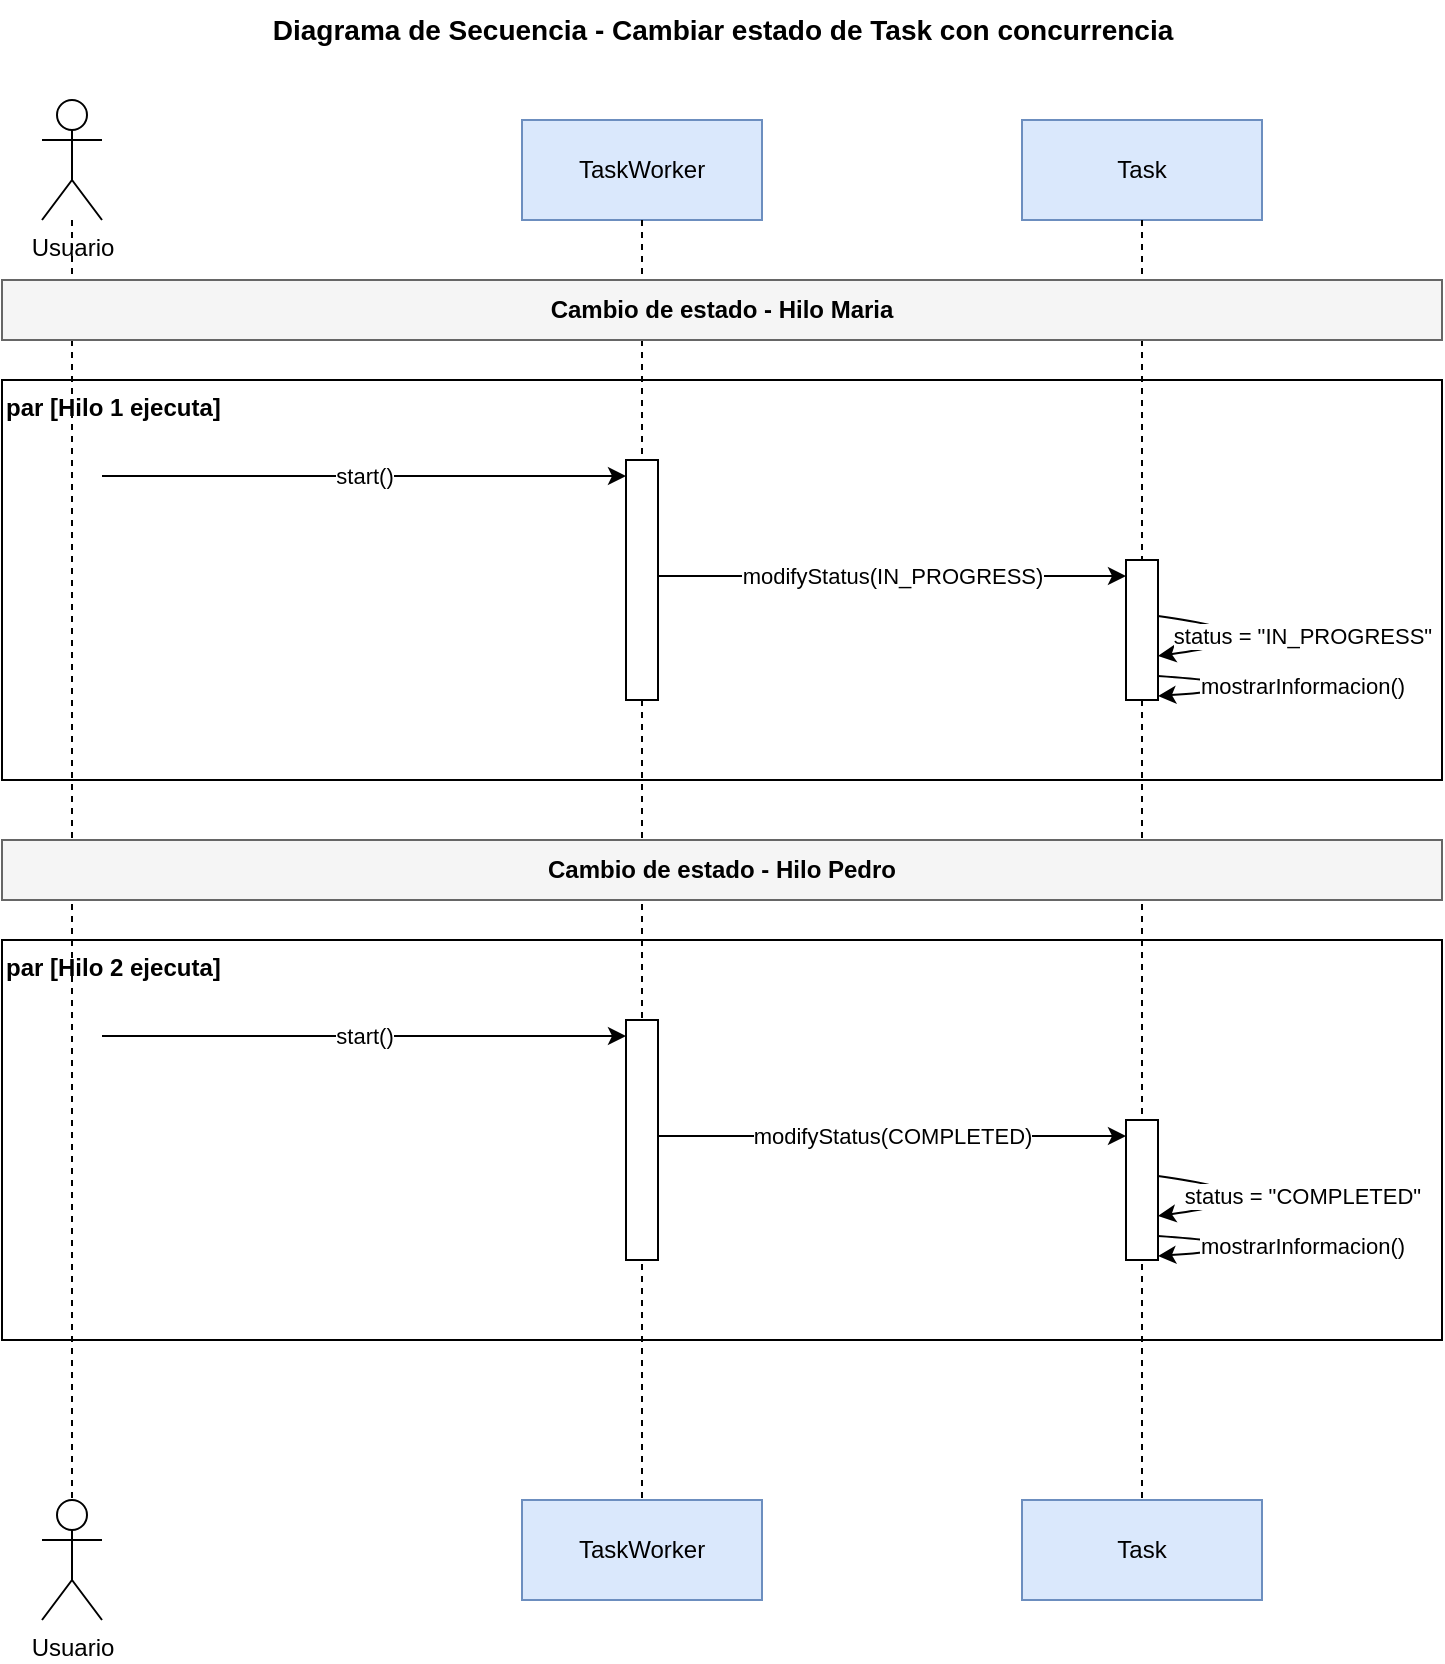
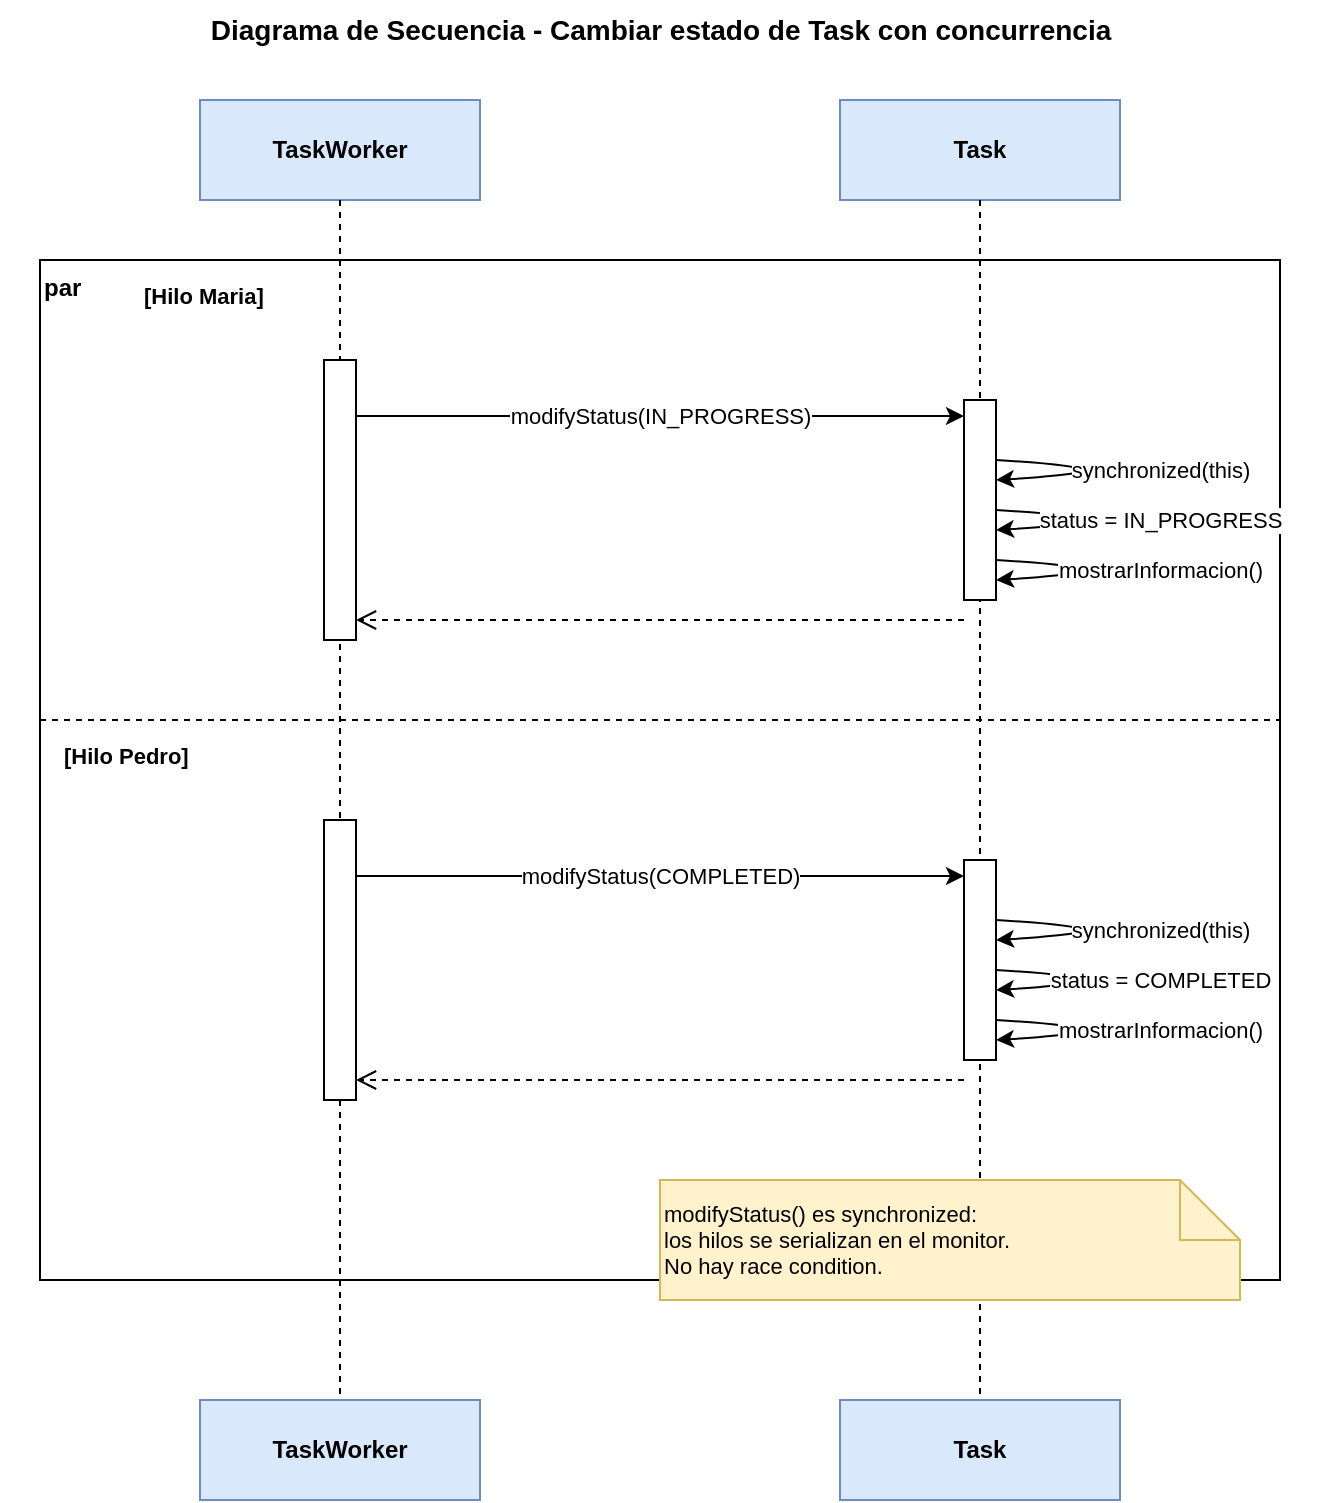
<mxfile host="app.diagrams.net" modified="2026-05-19T00:00:00.000Z" version="22.0.0">
  <diagram name="Secuencia" id="secuencia-1">
-     <mxGraphModel dx="900" dy="900" grid="1" gridSize="10" guides="1" tooltips="1" connect="1" arrows="1" fold="1" page="1" pageScale="1" pageWidth="800" pageHeight="850" math="0" shadow="0">
+     <mxGraphModel dx="900" dy="900" grid="1" gridSize="10" guides="1" tooltips="1" connect="1" arrows="1" fold="1" page="1" pageScale="1" pageWidth="700" pageHeight="800" math="0" shadow="0">
      <root>
        <mxCell id="0" />
        <mxCell id="1" parent="0" />

        <mxCell id="title" value="Diagrama de Secuencia - Cambiar estado de Task con concurrencia" style="text;html=1;align=center;verticalAlign=middle;fontSize=14;fontStyle=1" vertex="1" parent="1">
-           <mxGeometry x="40" y="10" width="720" height="30" as="geometry" />
+           <mxGeometry x="20" y="10" width="660" height="30" as="geometry" />
        </mxCell>

-         <mxCell id="actorTop" value="Usuario" style="shape=umlActor;verticalLabelPosition=bottom;verticalAlign=top;html=1;outlineConnect=0" vertex="1" parent="1">
-           <mxGeometry x="60" y="60" width="30" height="60" as="geometry" />
+         <mxCell id="lifeWorkerHead" value="TaskWorker" style="rounded=0;whiteSpace=wrap;html=1;fillColor=#DAE8FC;strokeColor=#6C8EBF;fontStyle=1" vertex="1" parent="1">
+           <mxGeometry x="120" y="60" width="140" height="50" as="geometry" />
        </mxCell>
-         <mxCell id="actorBottom" value="Usuario" style="shape=umlActor;verticalLabelPosition=bottom;verticalAlign=top;html=1;outlineConnect=0" vertex="1" parent="1">
-           <mxGeometry x="60" y="760" width="30" height="60" as="geometry" />
+         <mxCell id="lifeWorkerTail" value="TaskWorker" style="rounded=0;whiteSpace=wrap;html=1;fillColor=#DAE8FC;strokeColor=#6C8EBF;fontStyle=1" vertex="1" parent="1">
+           <mxGeometry x="120" y="710" width="140" height="50" as="geometry" />
        </mxCell>
-         <mxCell id="actorLine" style="endArrow=none;html=1;strokeColor=#000000;dashed=1" edge="1" parent="1">
+         <mxCell id="lifeWorkerLine" style="endArrow=none;html=1;strokeColor=#000000;dashed=1" edge="1" parent="1">
          <mxGeometry relative="1" as="geometry">
-             <mxPoint x="75" y="120" as="sourcePoint" />
-             <mxPoint x="75" y="760" as="targetPoint" />
+             <mxPoint x="190" y="110" as="sourcePoint" />
+             <mxPoint x="190" y="710" as="targetPoint" />
          </mxGeometry>
        </mxCell>

-         <mxCell id="lifeWorkerHead" value="TaskWorker" style="rounded=0;whiteSpace=wrap;html=1;fillColor=#DAE8FC;strokeColor=#6C8EBF" vertex="1" parent="1">
-           <mxGeometry x="300" y="70" width="120" height="50" as="geometry" />
+         <mxCell id="lifeTaskHead" value="Task" style="rounded=0;whiteSpace=wrap;html=1;fillColor=#DAE8FC;strokeColor=#6C8EBF;fontStyle=1" vertex="1" parent="1">
+           <mxGeometry x="440" y="60" width="140" height="50" as="geometry" />
        </mxCell>
-         <mxCell id="lifeWorkerTail" value="TaskWorker" style="rounded=0;whiteSpace=wrap;html=1;fillColor=#DAE8FC;strokeColor=#6C8EBF" vertex="1" parent="1">
-           <mxGeometry x="300" y="760" width="120" height="50" as="geometry" />
+         <mxCell id="lifeTaskTail" value="Task" style="rounded=0;whiteSpace=wrap;html=1;fillColor=#DAE8FC;strokeColor=#6C8EBF;fontStyle=1" vertex="1" parent="1">
+           <mxGeometry x="440" y="710" width="140" height="50" as="geometry" />
        </mxCell>
-         <mxCell id="lifeWorkerLine" style="endArrow=none;html=1;strokeColor=#000000;dashed=1" edge="1" parent="1">
+         <mxCell id="lifeTaskLine" style="endArrow=none;html=1;strokeColor=#000000;dashed=1" edge="1" parent="1">
          <mxGeometry relative="1" as="geometry">
-             <mxPoint x="360" y="120" as="sourcePoint" />
-             <mxPoint x="360" y="760" as="targetPoint" />
+             <mxPoint x="510" y="110" as="sourcePoint" />
+             <mxPoint x="510" y="710" as="targetPoint" />
          </mxGeometry>
        </mxCell>

-         <mxCell id="lifeTaskHead" value="Task" style="rounded=0;whiteSpace=wrap;html=1;fillColor=#DAE8FC;strokeColor=#6C8EBF" vertex="1" parent="1">
-           <mxGeometry x="550" y="70" width="120" height="50" as="geometry" />
-         </mxCell>
-         <mxCell id="lifeTaskTail" value="Task" style="rounded=0;whiteSpace=wrap;html=1;fillColor=#DAE8FC;strokeColor=#6C8EBF" vertex="1" parent="1">
-           <mxGeometry x="550" y="760" width="120" height="50" as="geometry" />
-         </mxCell>
-         <mxCell id="lifeTaskLine" style="endArrow=none;html=1;strokeColor=#000000;dashed=1" edge="1" parent="1">
-           <mxGeometry relative="1" as="geometry">
-             <mxPoint x="610" y="120" as="sourcePoint" />
-             <mxPoint x="610" y="760" as="targetPoint" />
-           </mxGeometry>
+         <mxCell id="parFrame" value="par" style="rounded=0;whiteSpace=wrap;html=1;fillColor=none;strokeColor=#000000;align=left;verticalAlign=top;fontStyle=1" vertex="1" parent="1">
+           <mxGeometry x="40" y="140" width="620" height="510" as="geometry" />
        </mxCell>

-         <mxCell id="sectionMaria" value="Cambio de estado - Hilo Maria" style="rounded=0;whiteSpace=wrap;html=1;fillColor=#F5F5F5;strokeColor=#666666;fontStyle=1;align=center" vertex="1" parent="1">
-           <mxGeometry x="40" y="150" width="720" height="30" as="geometry" />
-         </mxCell>
- 
-         <mxCell id="parMaria" value="par [Hilo 1 ejecuta]" style="rounded=0;whiteSpace=wrap;html=1;fillColor=none;strokeColor=#000000;align=left;verticalAlign=top;fontStyle=1" vertex="1" parent="1">
-           <mxGeometry x="40" y="200" width="720" height="200" as="geometry" />
+         <mxCell id="parLabelMaria" value="[Hilo Maria]" style="text;html=1;align=left;verticalAlign=middle;fontStyle=1;fontSize=11" vertex="1" parent="1">
+           <mxGeometry x="90" y="148" width="100" height="20" as="geometry" />
        </mxCell>

        <mxCell id="actMariaWorker" value="" style="rounded=0;whiteSpace=wrap;html=1;fillColor=#FFFFFF;strokeColor=#000000" vertex="1" parent="1">
-           <mxGeometry x="352" y="240" width="16" height="120" as="geometry" />
+           <mxGeometry x="182" y="190" width="16" height="140" as="geometry" />
        </mxCell>
        <mxCell id="actMariaTask" value="" style="rounded=0;whiteSpace=wrap;html=1;fillColor=#FFFFFF;strokeColor=#000000" vertex="1" parent="1">
-           <mxGeometry x="602" y="290" width="16" height="70" as="geometry" />
+           <mxGeometry x="502" y="210" width="16" height="100" as="geometry" />
        </mxCell>

-         <mxCell id="msg1" value="start()" style="endArrow=classic;html=1;strokeColor=#000000" edge="1" parent="1">
+         <mxCell id="msg1" value="modifyStatus(IN_PROGRESS)" style="endArrow=classic;html=1;strokeColor=#000000" edge="1" parent="1">
          <mxGeometry relative="1" as="geometry">
-             <mxPoint x="90" y="248" as="sourcePoint" />
-             <mxPoint x="352" y="248" as="targetPoint" />
+             <mxPoint x="198" y="218" as="sourcePoint" />
+             <mxPoint x="502" y="218" as="targetPoint" />
          </mxGeometry>
        </mxCell>
-         <mxCell id="msg2" value="modifyStatus(IN_PROGRESS)" style="endArrow=classic;html=1;strokeColor=#000000" edge="1" parent="1">
+         <mxCell id="msg2" value="synchronized(this)" style="endArrow=classic;html=1;strokeColor=#000000;curved=1" edge="1" parent="1">
          <mxGeometry relative="1" as="geometry">
-             <mxPoint x="368" y="298" as="sourcePoint" />
-             <mxPoint x="602" y="298" as="targetPoint" />
+             <mxPoint x="518" y="240" as="sourcePoint" />
+             <mxPoint x="518" y="250" as="targetPoint" />
+             <Array as="points">
+               <mxPoint x="600" y="245" />
+             </Array>
          </mxGeometry>
        </mxCell>
-         <mxCell id="msg3" value="status = &quot;IN_PROGRESS&quot;" style="endArrow=classic;html=1;strokeColor=#000000;curved=1" edge="1" parent="1">
+         <mxCell id="msg3" value="status = IN_PROGRESS" style="endArrow=classic;html=1;strokeColor=#000000;curved=1" edge="1" parent="1">
          <mxGeometry relative="1" as="geometry">
-             <mxPoint x="618" y="318" as="sourcePoint" />
-             <mxPoint x="618" y="338" as="targetPoint" />
+             <mxPoint x="518" y="265" as="sourcePoint" />
+             <mxPoint x="518" y="275" as="targetPoint" />
            <Array as="points">
-               <mxPoint x="690" y="328" />
+               <mxPoint x="600" y="270" />
            </Array>
          </mxGeometry>
        </mxCell>
        <mxCell id="msg4" value="mostrarInformacion()" style="endArrow=classic;html=1;strokeColor=#000000;curved=1" edge="1" parent="1">
          <mxGeometry relative="1" as="geometry">
-             <mxPoint x="618" y="348" as="sourcePoint" />
-             <mxPoint x="618" y="358" as="targetPoint" />
+             <mxPoint x="518" y="290" as="sourcePoint" />
+             <mxPoint x="518" y="300" as="targetPoint" />
            <Array as="points">
-               <mxPoint x="690" y="353" />
+               <mxPoint x="600" y="295" />
            </Array>
          </mxGeometry>
        </mxCell>
- 
-         <mxCell id="sectionPedro" value="Cambio de estado - Hilo Pedro" style="rounded=0;whiteSpace=wrap;html=1;fillColor=#F5F5F5;strokeColor=#666666;fontStyle=1;align=center" vertex="1" parent="1">
-           <mxGeometry x="40" y="430" width="720" height="30" as="geometry" />
+         <mxCell id="msgRet1" value="" style="endArrow=open;html=1;strokeColor=#000000;dashed=1;endSize=8" edge="1" parent="1">
+           <mxGeometry relative="1" as="geometry">
+             <mxPoint x="502" y="320" as="sourcePoint" />
+             <mxPoint x="198" y="320" as="targetPoint" />
+           </mxGeometry>
        </mxCell>

-         <mxCell id="parPedro" value="par [Hilo 2 ejecuta]" style="rounded=0;whiteSpace=wrap;html=1;fillColor=none;strokeColor=#000000;align=left;verticalAlign=top;fontStyle=1" vertex="1" parent="1">
-           <mxGeometry x="40" y="480" width="720" height="200" as="geometry" />
+         <mxCell id="parDivider" style="endArrow=none;html=1;strokeColor=#000000;dashed=1" edge="1" parent="1">
+           <mxGeometry relative="1" as="geometry">
+             <mxPoint x="40" y="370" as="sourcePoint" />
+             <mxPoint x="660" y="370" as="targetPoint" />
+           </mxGeometry>
+         </mxCell>
+ 
+         <mxCell id="parLabelPedro" value="[Hilo Pedro]" style="text;html=1;align=left;verticalAlign=middle;fontStyle=1;fontSize=11" vertex="1" parent="1">
+           <mxGeometry x="50" y="378" width="100" height="20" as="geometry" />
        </mxCell>

        <mxCell id="actPedroWorker" value="" style="rounded=0;whiteSpace=wrap;html=1;fillColor=#FFFFFF;strokeColor=#000000" vertex="1" parent="1">
-           <mxGeometry x="352" y="520" width="16" height="120" as="geometry" />
+           <mxGeometry x="182" y="420" width="16" height="140" as="geometry" />
        </mxCell>
        <mxCell id="actPedroTask" value="" style="rounded=0;whiteSpace=wrap;html=1;fillColor=#FFFFFF;strokeColor=#000000" vertex="1" parent="1">
-           <mxGeometry x="602" y="570" width="16" height="70" as="geometry" />
+           <mxGeometry x="502" y="440" width="16" height="100" as="geometry" />
        </mxCell>

-         <mxCell id="msg5" value="start()" style="endArrow=classic;html=1;strokeColor=#000000" edge="1" parent="1">
+         <mxCell id="msg5" value="modifyStatus(COMPLETED)" style="endArrow=classic;html=1;strokeColor=#000000" edge="1" parent="1">
          <mxGeometry relative="1" as="geometry">
-             <mxPoint x="90" y="528" as="sourcePoint" />
-             <mxPoint x="352" y="528" as="targetPoint" />
+             <mxPoint x="198" y="448" as="sourcePoint" />
+             <mxPoint x="502" y="448" as="targetPoint" />
          </mxGeometry>
        </mxCell>
-         <mxCell id="msg6" value="modifyStatus(COMPLETED)" style="endArrow=classic;html=1;strokeColor=#000000" edge="1" parent="1">
+         <mxCell id="msg6" value="synchronized(this)" style="endArrow=classic;html=1;strokeColor=#000000;curved=1" edge="1" parent="1">
          <mxGeometry relative="1" as="geometry">
-             <mxPoint x="368" y="578" as="sourcePoint" />
-             <mxPoint x="602" y="578" as="targetPoint" />
+             <mxPoint x="518" y="470" as="sourcePoint" />
+             <mxPoint x="518" y="480" as="targetPoint" />
+             <Array as="points">
+               <mxPoint x="600" y="475" />
+             </Array>
          </mxGeometry>
        </mxCell>
-         <mxCell id="msg7" value="status = &quot;COMPLETED&quot;" style="endArrow=classic;html=1;strokeColor=#000000;curved=1" edge="1" parent="1">
+         <mxCell id="msg7" value="status = COMPLETED" style="endArrow=classic;html=1;strokeColor=#000000;curved=1" edge="1" parent="1">
          <mxGeometry relative="1" as="geometry">
-             <mxPoint x="618" y="598" as="sourcePoint" />
-             <mxPoint x="618" y="618" as="targetPoint" />
+             <mxPoint x="518" y="495" as="sourcePoint" />
+             <mxPoint x="518" y="505" as="targetPoint" />
            <Array as="points">
-               <mxPoint x="690" y="608" />
+               <mxPoint x="600" y="500" />
            </Array>
          </mxGeometry>
        </mxCell>
        <mxCell id="msg8" value="mostrarInformacion()" style="endArrow=classic;html=1;strokeColor=#000000;curved=1" edge="1" parent="1">
          <mxGeometry relative="1" as="geometry">
-             <mxPoint x="618" y="628" as="sourcePoint" />
-             <mxPoint x="618" y="638" as="targetPoint" />
+             <mxPoint x="518" y="520" as="sourcePoint" />
+             <mxPoint x="518" y="530" as="targetPoint" />
            <Array as="points">
-               <mxPoint x="690" y="633" />
+               <mxPoint x="600" y="525" />
            </Array>
          </mxGeometry>
+         </mxCell>
+         <mxCell id="msgRet2" value="" style="endArrow=open;html=1;strokeColor=#000000;dashed=1;endSize=8" edge="1" parent="1">
+           <mxGeometry relative="1" as="geometry">
+             <mxPoint x="502" y="550" as="sourcePoint" />
+             <mxPoint x="198" y="550" as="targetPoint" />
+           </mxGeometry>
+         </mxCell>
+ 
+         <mxCell id="finalNote" value="modifyStatus() es synchronized:&#xa;los hilos se serializan en el monitor.&#xa;No hay race condition." style="shape=note;whiteSpace=wrap;html=1;fillColor=#FFF2CC;strokeColor=#D6B656;align=left;verticalAlign=middle;fontSize=11" vertex="1" parent="1">
+           <mxGeometry x="350" y="600" width="290" height="60" as="geometry" />
        </mxCell>

      </root>
    </mxGraphModel>
  </diagram>
</mxfile>
